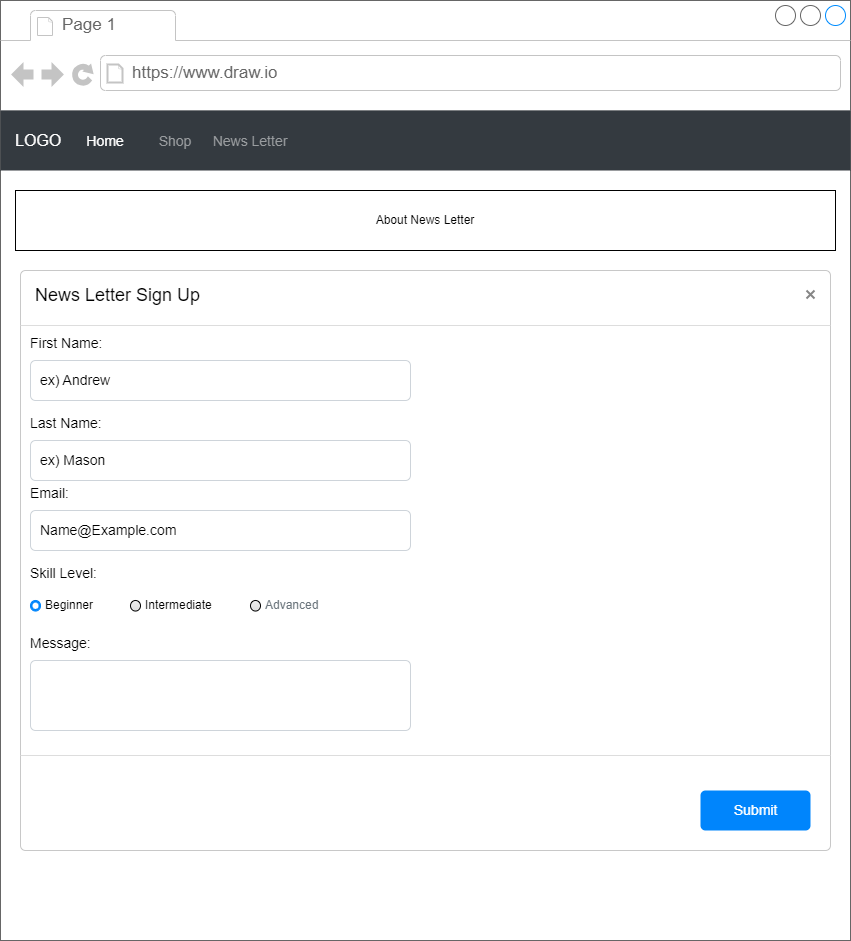
This is Drawframe/The_Plug_News_Letter_Page.png from amason083/Project_1_HTML_CSS, a draw.io export, as it was before one commit. Source tidied: cells renumbered, new cells last; positions are measured from the earlier drawing's top-left corner, leaving out a move shared by most shapes.
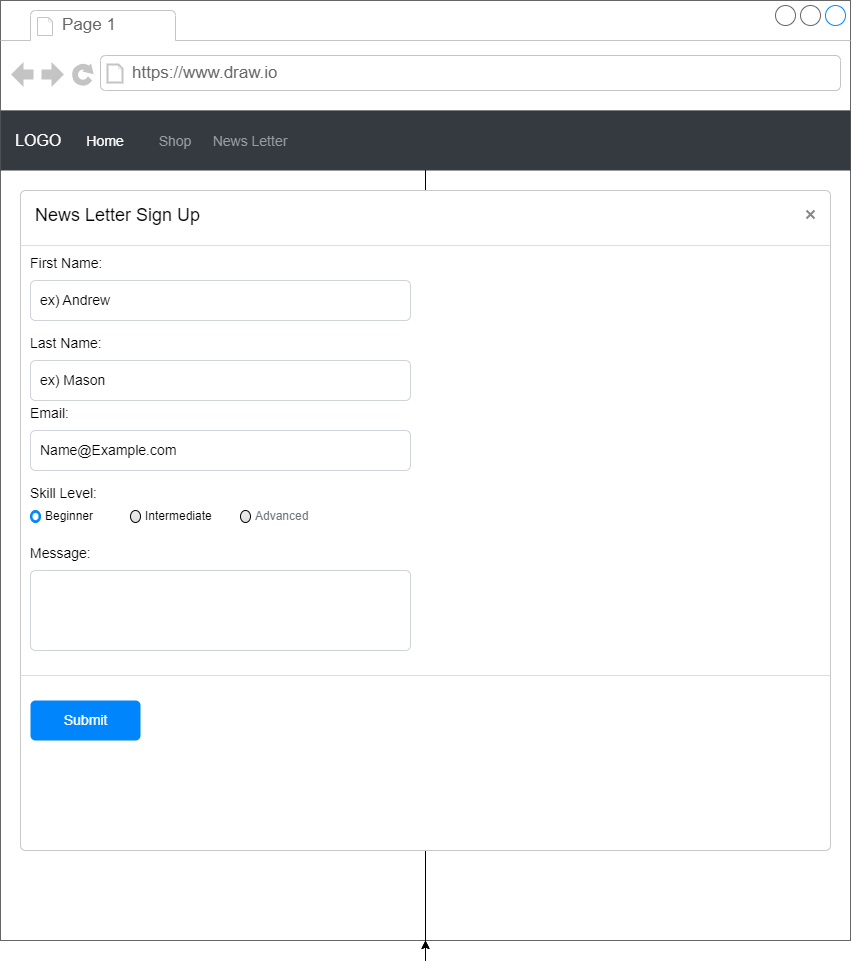
Above is the later version.

Commit message:
adjusted drawframe to final product

Diff of the diagram source:
```diff
@@ -29,11 +29,14 @@
         <mxPoint x="210" y="10" as="offset" />
       </mxGeometry>
     </mxCell>
-    <mxCell id="9" value="About News Letter" style="rounded=0;whiteSpace=wrap;html=1;" parent="2" vertex="1">
-      <mxGeometry x="15" y="190" width="820" height="60" as="geometry" />
-    </mxCell>
+    <mxCell id="27" style="edgeStyle=orthogonalEdgeStyle;rounded=0;jettySize=auto;html=1;" parent="2" edge="1" source="10" target="2">
+      <mxGeometry relative="1" as="geometry" />
+    </mxCell>
+    <mxCell id="28" style="edgeStyle=orthogonalEdgeStyle;rounded=0;jettySize=auto;html=1;" parent="2" edge="1" source="10" target="2">
+      <mxGeometry relative="1" as="geometry" />
+    </mxCell>
     <mxCell id="10" value="News Letter Sign Up" style="html=1;shadow=0;dashed=0;shape=mxgraph.bootstrap.rrect;rSize=5;html=1;strokeColor=#C8C8C8;fillColor=#ffffff;whiteSpace=wrap;verticalAlign=top;align=left;fontSize=18;spacing=15;spacingTop=-5;" parent="2" vertex="1">
-      <mxGeometry x="20" y="270" width="810" height="580" as="geometry" />
+      <mxGeometry x="20" y="190" width="810" height="660" as="geometry" />
     </mxCell>
     <mxCell id="11" style="shape=line;strokeColor=#dddddd;" parent="10" vertex="1">
       <mxGeometry width="810" height="10" relative="1" as="geometry">
@@ -57,12 +60,12 @@
     </mxCell>
     <mxCell id="15" value="Message:" style="strokeColor=none;fillColor=none;align=left;verticalAlign=top;spacing=10;fontSize=14;whiteSpace=wrap;html=1;" parent="10" vertex="1">
       <mxGeometry width="810" height="40" relative="1" as="geometry">
-        <mxPoint y="350" as="offset" />
+        <mxPoint y="340" as="offset" />
       </mxGeometry>
     </mxCell>
     <mxCell id="16" style="html=1;shadow=0;dashed=0;shape=mxgraph.bootstrap.rrect;rSize=5;strokeColor=#CED4DA;fillColor=none;align=left;verticalAlign=middle;spacing=10;fontSize=14;whiteSpace=wrap;html=1;" parent="10" vertex="1">
-      <mxGeometry width="380" height="70" relative="1" as="geometry">
-        <mxPoint x="10" y="390" as="offset" />
+      <mxGeometry width="380" height="80" relative="1" as="geometry">
+        <mxPoint x="10" y="380" as="offset" />
       </mxGeometry>
     </mxCell>
     <mxCell id="17" style="shape=line;strokeColor=#dddddd;" parent="10" vertex="1">
@@ -72,7 +75,7 @@
     </mxCell>
     <mxCell id="18" value="Submit" style="html=1;shadow=0;dashed=0;shape=mxgraph.bootstrap.rrect;rSize=5;fillColor=#0085FC;strokeColor=none;fontColor=#FFFFFF;fontSize=14;" parent="10" vertex="1">
       <mxGeometry x="1" y="1" width="110" height="40" relative="1" as="geometry">
-        <mxPoint x="-130" y="-60" as="offset" />
+        <mxPoint x="-800" y="-150" as="offset" />
       </mxGeometry>
     </mxCell>
     <mxCell id="19" value="First Name:" style="strokeColor=none;fillColor=none;align=left;verticalAlign=top;spacing=10;fontSize=14;whiteSpace=wrap;html=1;" parent="10" vertex="1">
@@ -96,13 +99,13 @@
       </mxGeometry>
     </mxCell>
     <mxCell id="23" value="Beginner" style="html=1;shadow=0;dashed=0;shape=mxgraph.bootstrap.radioButton2;labelPosition=right;verticalLabelPosition=middle;align=left;verticalAlign=middle;gradientColor=#DEDEDE;fillColor=#EDEDED;checked=1;spacing=5;checkedFill=#0085FC;checkedStroke=#ffffff;sketch=0;" parent="10" vertex="1">
-      <mxGeometry x="10" y="330" width="10" height="10.5" as="geometry" />
+      <mxGeometry x="10" y="320" width="10" height="12" as="geometry" />
     </mxCell>
     <mxCell id="24" value="Intermediate" style="html=1;shadow=0;dashed=0;shape=mxgraph.bootstrap.radioButton2;labelPosition=right;verticalLabelPosition=middle;align=left;verticalAlign=middle;gradientColor=#DEDEDE;fillColor=#EDEDED;checked=0;spacing=5;checkedFill=#0085FC;checkedStroke=#ffffff;sketch=0;" parent="10" vertex="1">
-      <mxGeometry x="110" y="330" width="10" height="10.5" as="geometry" />
+      <mxGeometry x="110" y="320" width="10" height="12" as="geometry" />
     </mxCell>
     <mxCell id="25" value="Advanced" style="html=1;shadow=0;dashed=0;shape=mxgraph.bootstrap.radioButton2;labelPosition=right;verticalLabelPosition=middle;align=left;verticalAlign=middle;gradientColor=#DEDEDE;fillColor=#EDEDED;checked=0;spacing=5;fontColor=#6C767D;checkedFill=#0085FC;checkedStroke=#ffffff;sketch=0;" parent="10" vertex="1">
-      <mxGeometry x="230" y="330" width="10" height="10.5" as="geometry" />
+      <mxGeometry x="220" y="320" width="10" height="12" as="geometry" />
     </mxCell>
     <mxCell id="26" value="Skill Level:" style="strokeColor=none;fillColor=none;align=left;verticalAlign=top;spacing=10;fontSize=14;whiteSpace=wrap;html=1;" parent="10" vertex="1">
       <mxGeometry width="810" height="40" relative="1" as="geometry">
```
